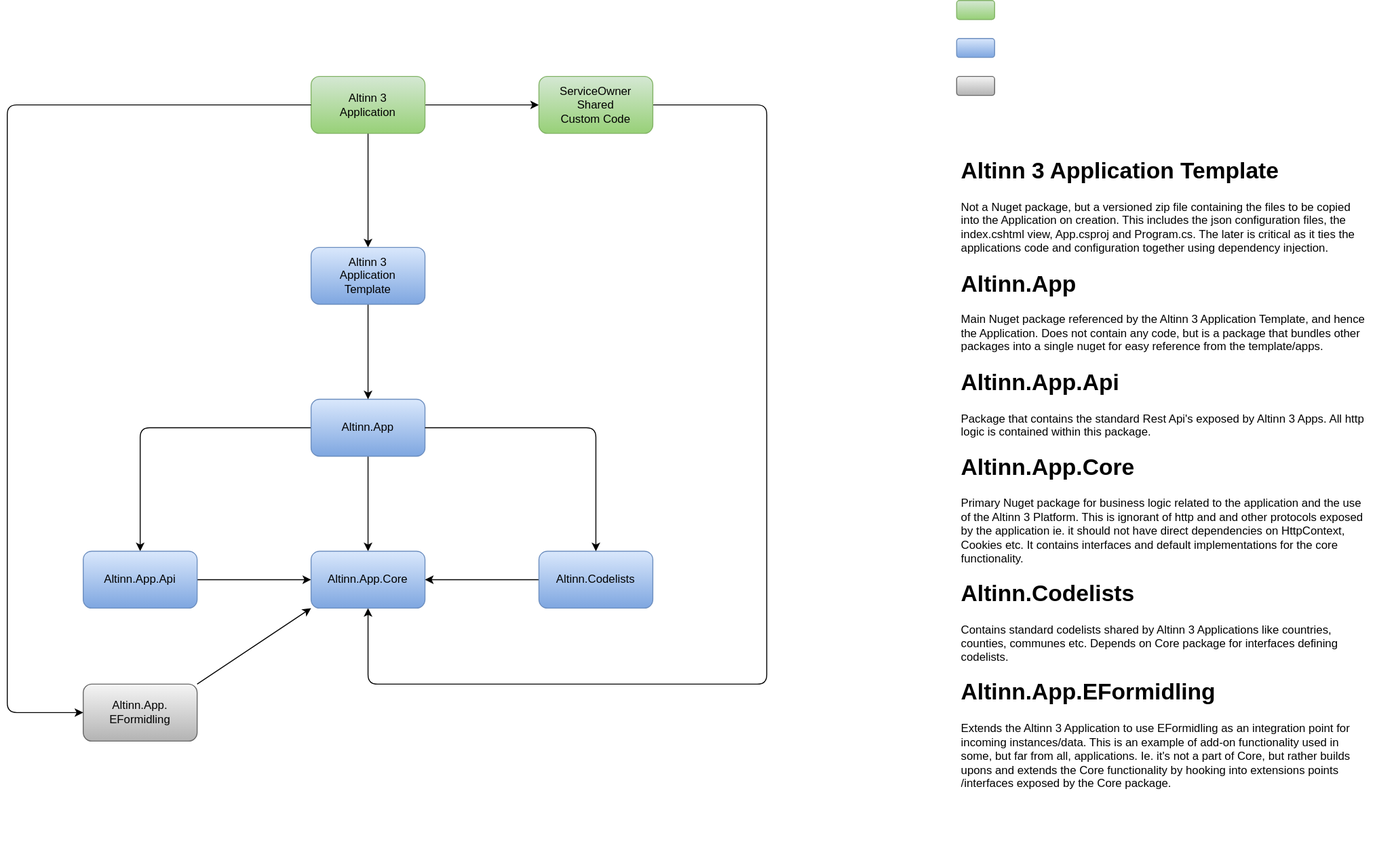
Earlier version of the draw.io export packages.drawio.svg (Altinn/app-lib-dotnet). Source tidied: cells renumbered, new cells last; positions are measured from the earlier drawing's top-left corner, leaving out a move shared by most shapes. The source it was exported from:
```xml
<mxGraphModel>
  <root>
    <mxCell id="0" />
    <mxCell id="1" parent="0" />
    <mxCell id="2" style="edgeStyle=none;html=1;exitX=0.5;exitY=1;exitDx=0;exitDy=0;" parent="1" edge="1" source="4" target="5">
      <mxGeometry relative="1" as="geometry" />
    </mxCell>
    <mxCell id="3" style="edgeStyle=none;html=1;exitX=0;exitY=0.5;exitDx=0;exitDy=0;entryX=0.5;entryY=0;entryDx=0;entryDy=0;" parent="1" edge="1" source="4" target="7">
      <mxGeometry relative="1" as="geometry">
        <Array as="points">
          <mxPoint x="140" y="450" />
        </Array>
      </mxGeometry>
    </mxCell>
    <mxCell id="4" value="Altinn.App" style="rounded=1;whiteSpace=wrap;html=1;fillColor=#dae8fc;gradientColor=#7ea6e0;strokeColor=#6c8ebf;fontColor=#000000;" parent="1" vertex="1">
      <mxGeometry x="320" y="420" width="120" height="60" as="geometry" />
    </mxCell>
    <mxCell id="5" value="Altinn.App.Core" style="rounded=1;whiteSpace=wrap;html=1;fillColor=#dae8fc;gradientColor=#7ea6e0;strokeColor=#6c8ebf;fontColor=#000000;" parent="1" vertex="1">
      <mxGeometry x="320" y="580" width="120" height="60" as="geometry" />
    </mxCell>
    <mxCell id="6" style="edgeStyle=none;html=1;exitX=1;exitY=0.5;exitDx=0;exitDy=0;" parent="1" edge="1" source="7" target="5">
      <mxGeometry relative="1" as="geometry" />
    </mxCell>
    <mxCell id="7" value="Altinn.App.Api" style="rounded=1;whiteSpace=wrap;html=1;fillColor=#dae8fc;gradientColor=#7ea6e0;strokeColor=#6c8ebf;fontColor=#000000;" parent="1" vertex="1">
      <mxGeometry x="80" y="580" width="120" height="60" as="geometry" />
    </mxCell>
    <mxCell id="8" style="edgeStyle=none;html=1;exitX=0;exitY=0.5;exitDx=0;exitDy=0;" parent="1" edge="1" source="9" target="5">
      <mxGeometry relative="1" as="geometry" />
    </mxCell>
    <mxCell id="9" value="Altinn.Codelists" style="rounded=1;whiteSpace=wrap;html=1;fillColor=#dae8fc;gradientColor=#7ea6e0;strokeColor=#6c8ebf;fontColor=#000000;" parent="1" vertex="1">
      <mxGeometry x="560" y="580" width="120" height="60" as="geometry" />
    </mxCell>
    <mxCell id="10" style="edgeStyle=none;html=1;exitX=0.5;exitY=1;exitDx=0;exitDy=0;" parent="1" edge="1" source="11" target="4">
      <mxGeometry relative="1" as="geometry" />
    </mxCell>
    <mxCell id="11" value="Altinn 3&lt;br&gt;Application &lt;br&gt;Template" style="rounded=1;whiteSpace=wrap;html=1;fillColor=#dae8fc;gradientColor=#7ea6e0;strokeColor=#6c8ebf;fontColor=#000000;" parent="1" vertex="1">
      <mxGeometry x="320" y="260" width="120" height="60" as="geometry" />
    </mxCell>
    <mxCell id="12" style="endArrow=classic;html=1;exitX=1;exitY=0.5;exitDx=0;exitDy=0;entryX=0.5;entryY=0;entryDx=0;entryDy=0;" parent="1" edge="1" source="4" target="9">
      <mxGeometry relative="1" as="geometry">
        <Array as="points">
          <mxPoint x="620" y="450" />
        </Array>
      </mxGeometry>
    </mxCell>
    <mxCell id="13" value="&lt;h1&gt;Altinn 3 Application Template&lt;/h1&gt;&lt;div&gt;Not a Nuget package, but a versioned zip file containing the files to be copied into the Application on creation. This includes the json configuration files, the index.cshtml view, App.csproj and Program.cs. The later is critical as it ties the applications code and configuration together using dependency injection.&lt;/div&gt;&lt;h1&gt;Altinn.App&lt;/h1&gt;&lt;p&gt;Main Nuget package referenced by the Altinn 3 Application Template, and hence the Application. Does not contain any code, but is a package that bundles other packages into a single nuget for easy reference from the template/apps.&lt;/p&gt;&lt;h1&gt;Altinn.App.Api&lt;/h1&gt;&lt;p&gt;Package that contains the standard Rest Api's exposed by Altinn 3 Apps. All http logic is contained within this package.&lt;/p&gt;&lt;h1&gt;Altinn.App.Core&lt;/h1&gt;&lt;p&gt;Primary Nuget package for business logic related to the application and the use of the Altinn 3 Platform. This is ignorant of http and and other protocols exposed by the application ie. it should not have direct dependencies on HttpContext, Cookies etc. It contains interfaces and default implementations for the core functionality.&lt;/p&gt;&lt;h1&gt;Altinn.Codelists&lt;/h1&gt;&lt;div&gt;Contains standard codelists shared by Altinn 3 Applications like countries, counties, communes etc. Depends on Core package for interfaces defining codelists.&lt;/div&gt;&lt;div&gt;&lt;h1&gt;Altinn.App.EFormidling&lt;/h1&gt;&lt;div&gt;Extends the Altinn 3 Application to use EFormidling as an integration point for incoming instances/data. This is an example of add-on functionality used in some, but far from all, applications. Ie. it's not a part of Core, but rather builds upons and extends the Core functionality by hooking into extensions points /interfaces exposed by the Core package.&lt;/div&gt;&lt;/div&gt;" style="text;html=1;strokeColor=none;fillColor=none;spacing=5;spacingTop=-20;whiteSpace=wrap;overflow=hidden;rounded=0;" parent="1" vertex="1">
      <mxGeometry x="1000" y="160" width="440" height="730" as="geometry" />
    </mxCell>
    <mxCell id="14" style="edgeStyle=none;html=1;exitX=0.5;exitY=1;exitDx=0;exitDy=0;" parent="1" edge="1" source="16" target="11">
      <mxGeometry relative="1" as="geometry" />
    </mxCell>
    <mxCell id="15" style="edgeStyle=none;html=1;exitX=1;exitY=0.5;exitDx=0;exitDy=0;" parent="1" edge="1" source="16" target="18">
      <mxGeometry relative="1" as="geometry" />
    </mxCell>
    <mxCell id="16" value="Altinn 3&lt;br&gt;Application&amp;nbsp;" style="rounded=1;whiteSpace=wrap;html=1;fillColor=#d5e8d4;strokeColor=#82b366;gradientColor=#97d077;fontColor=#000000;" parent="1" vertex="1">
      <mxGeometry x="320" y="80" width="120" height="60" as="geometry" />
    </mxCell>
    <mxCell id="17" style="edgeStyle=none;html=1;exitX=1;exitY=0.5;exitDx=0;exitDy=0;entryX=0.5;entryY=1;entryDx=0;entryDy=0;" parent="1" edge="1" source="18" target="5">
      <mxGeometry relative="1" as="geometry">
        <Array as="points">
          <mxPoint x="800" y="110" />
          <mxPoint x="800" y="720" />
          <mxPoint x="380" y="720" />
        </Array>
      </mxGeometry>
    </mxCell>
    <mxCell id="18" value="ServiceOwner&lt;br&gt;Shared &lt;br&gt;Custom Code" style="rounded=1;whiteSpace=wrap;html=1;fillColor=#d5e8d4;strokeColor=#82b366;gradientColor=#97d077;fontColor=#000000;" parent="1" vertex="1">
      <mxGeometry x="560" y="80" width="120" height="60" as="geometry" />
    </mxCell>
    <mxCell id="19" style="edgeStyle=none;html=1;exitX=1;exitY=0;exitDx=0;exitDy=0;entryX=0;entryY=1;entryDx=0;entryDy=0;" parent="1" edge="1" source="20" target="5">
      <mxGeometry relative="1" as="geometry" />
    </mxCell>
    <mxCell id="20" value="Altinn.App.&lt;br&gt;EFormidling" style="rounded=1;whiteSpace=wrap;html=1;fillColor=#f5f5f5;gradientColor=#b3b3b3;strokeColor=#666666;fontColor=#000000;" parent="1" vertex="1">
      <mxGeometry x="80" y="720" width="120" height="60" as="geometry" />
    </mxCell>
    <mxCell id="21" style="edgeStyle=none;html=1;exitX=0;exitY=0.5;exitDx=0;exitDy=0;entryX=0;entryY=0.5;entryDx=0;entryDy=0;" parent="1" edge="1" source="16" target="20">
      <mxGeometry relative="1" as="geometry">
        <Array as="points">
          <mxPoint y="110" />
          <mxPoint y="750" />
        </Array>
      </mxGeometry>
    </mxCell>
    <mxCell id="22" style="rounded=1;whiteSpace=wrap;html=1;fillColor=#d5e8d4;strokeColor=#82b366;gradientColor=#97d077;fontColor=#000000;" parent="1" vertex="1">
      <mxGeometry x="1000" width="40" height="20" as="geometry" />
    </mxCell>
    <mxCell id="23" value="Service Owner Responsibility" style="text;html=1;strokeColor=none;fillColor=none;align=left;verticalAlign=middle;whiteSpace=wrap;rounded=0;fontColor=#FFFFFF;" parent="1" vertex="1">
      <mxGeometry x="1050" width="310" height="20" as="geometry" />
    </mxCell>
    <mxCell id="24" style="rounded=1;whiteSpace=wrap;html=1;fillColor=#dae8fc;strokeColor=#6c8ebf;gradientColor=#7ea6e0;" parent="1" vertex="1">
      <mxGeometry x="1000" y="40" width="40" height="20" as="geometry" />
    </mxCell>
    <mxCell id="25" value="Altinn 3 Core Functionality" style="text;html=1;strokeColor=none;fillColor=none;align=left;verticalAlign=middle;whiteSpace=wrap;rounded=0;fontColor=#FFFFFF;" parent="1" vertex="1">
      <mxGeometry x="1050" y="40" width="310" height="20" as="geometry" />
    </mxCell>
    <mxCell id="26" style="rounded=1;whiteSpace=wrap;html=1;fillColor=#f5f5f5;strokeColor=#666666;gradientColor=#b3b3b3;" parent="1" vertex="1">
      <mxGeometry x="1000" y="80" width="40" height="20" as="geometry" />
    </mxCell>
    <mxCell id="27" value="Altinn 3 Add-On Functionality" style="text;html=1;strokeColor=none;fillColor=none;align=left;verticalAlign=middle;whiteSpace=wrap;rounded=0;fontColor=#FFFFFF;" parent="1" vertex="1">
      <mxGeometry x="1050" y="80" width="310" height="20" as="geometry" />
    </mxCell>
  </root>
</mxGraphModel>
```
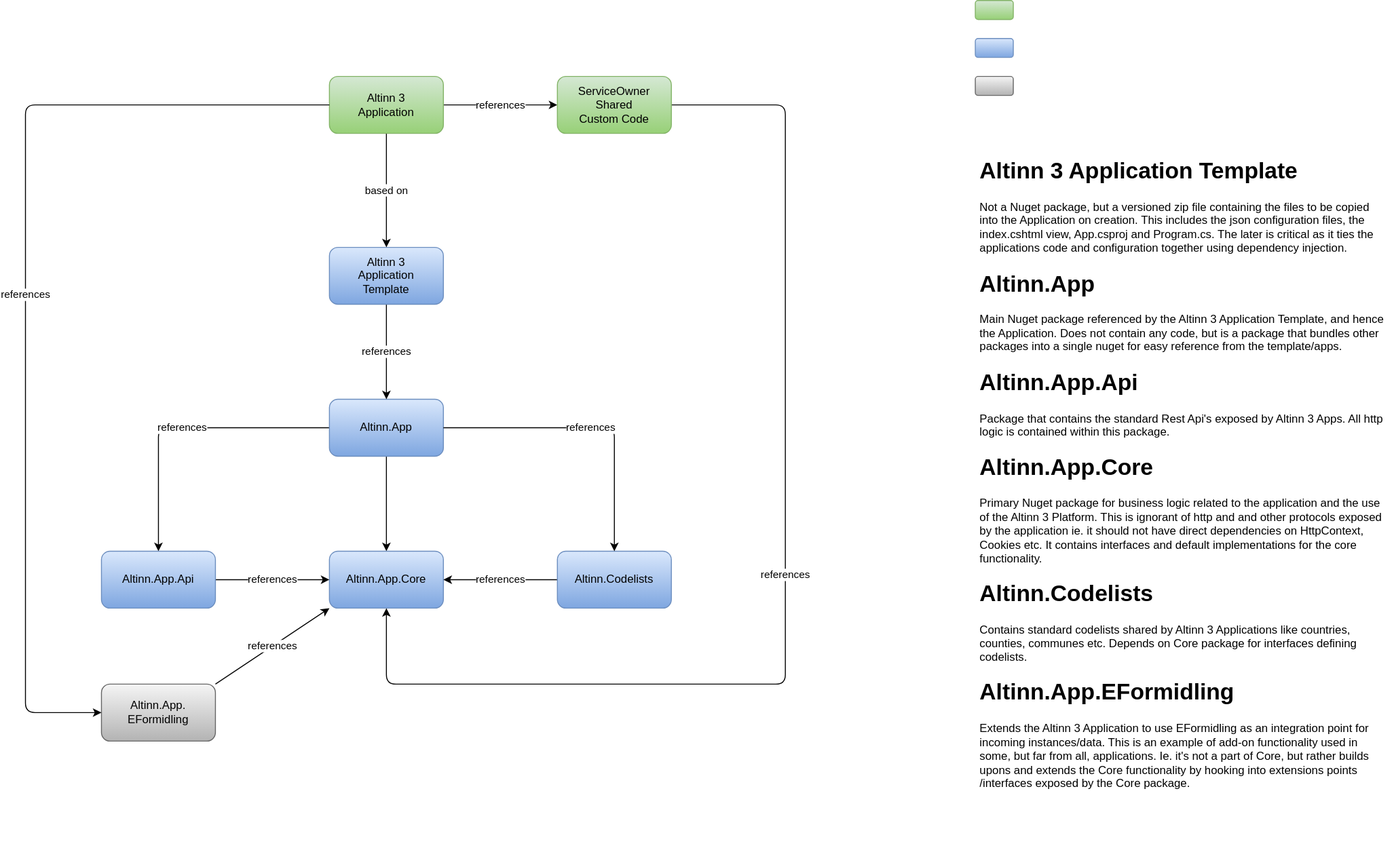
Above is the later version.

Commit message:
doc: minor update to package diagram

Diff of the diagram source:
```diff
@@ -5,7 +5,7 @@
     <mxCell id="2" style="edgeStyle=none;html=1;exitX=0.5;exitY=1;exitDx=0;exitDy=0;" parent="1" edge="1" source="4" target="5">
       <mxGeometry relative="1" as="geometry" />
     </mxCell>
-    <mxCell id="3" style="edgeStyle=none;html=1;exitX=0;exitY=0.5;exitDx=0;exitDy=0;entryX=0.5;entryY=0;entryDx=0;entryDy=0;" parent="1" edge="1" source="4" target="7">
+    <mxCell id="3" value="references" style="edgeStyle=none;html=1;exitX=0;exitY=0.5;exitDx=0;exitDy=0;entryX=0.5;entryY=0;entryDx=0;entryDy=0;" parent="1" edge="1" source="4" target="7">
       <mxGeometry relative="1" as="geometry">
         <Array as="points">
           <mxPoint x="140" y="450" />
@@ -18,25 +18,25 @@
     <mxCell id="5" value="Altinn.App.Core" style="rounded=1;whiteSpace=wrap;html=1;fillColor=#dae8fc;gradientColor=#7ea6e0;strokeColor=#6c8ebf;fontColor=#000000;" parent="1" vertex="1">
       <mxGeometry x="320" y="580" width="120" height="60" as="geometry" />
     </mxCell>
-    <mxCell id="6" style="edgeStyle=none;html=1;exitX=1;exitY=0.5;exitDx=0;exitDy=0;" parent="1" edge="1" source="7" target="5">
+    <mxCell id="6" value="references" style="edgeStyle=none;html=1;exitX=1;exitY=0.5;exitDx=0;exitDy=0;" parent="1" edge="1" source="7" target="5">
       <mxGeometry relative="1" as="geometry" />
     </mxCell>
     <mxCell id="7" value="Altinn.App.Api" style="rounded=1;whiteSpace=wrap;html=1;fillColor=#dae8fc;gradientColor=#7ea6e0;strokeColor=#6c8ebf;fontColor=#000000;" parent="1" vertex="1">
       <mxGeometry x="80" y="580" width="120" height="60" as="geometry" />
     </mxCell>
-    <mxCell id="8" style="edgeStyle=none;html=1;exitX=0;exitY=0.5;exitDx=0;exitDy=0;" parent="1" edge="1" source="9" target="5">
+    <mxCell id="8" value="references" style="edgeStyle=none;html=1;exitX=0;exitY=0.5;exitDx=0;exitDy=0;" parent="1" edge="1" source="9" target="5">
       <mxGeometry relative="1" as="geometry" />
     </mxCell>
     <mxCell id="9" value="Altinn.Codelists" style="rounded=1;whiteSpace=wrap;html=1;fillColor=#dae8fc;gradientColor=#7ea6e0;strokeColor=#6c8ebf;fontColor=#000000;" parent="1" vertex="1">
       <mxGeometry x="560" y="580" width="120" height="60" as="geometry" />
     </mxCell>
-    <mxCell id="10" style="edgeStyle=none;html=1;exitX=0.5;exitY=1;exitDx=0;exitDy=0;" parent="1" edge="1" source="11" target="4">
+    <mxCell id="10" value="references" style="edgeStyle=none;html=1;exitX=0.5;exitY=1;exitDx=0;exitDy=0;" parent="1" edge="1" source="11" target="4">
       <mxGeometry relative="1" as="geometry" />
     </mxCell>
     <mxCell id="11" value="Altinn 3&lt;br&gt;Application &lt;br&gt;Template" style="rounded=1;whiteSpace=wrap;html=1;fillColor=#dae8fc;gradientColor=#7ea6e0;strokeColor=#6c8ebf;fontColor=#000000;" parent="1" vertex="1">
       <mxGeometry x="320" y="260" width="120" height="60" as="geometry" />
     </mxCell>
-    <mxCell id="12" style="endArrow=classic;html=1;exitX=1;exitY=0.5;exitDx=0;exitDy=0;entryX=0.5;entryY=0;entryDx=0;entryDy=0;" parent="1" edge="1" source="4" target="9">
+    <mxCell id="12" value="references" style="endArrow=classic;html=1;exitX=1;exitY=0.5;exitDx=0;exitDy=0;entryX=0.5;entryY=0;entryDx=0;entryDy=0;" parent="1" edge="1" source="4" target="9">
       <mxGeometry relative="1" as="geometry">
         <Array as="points">
           <mxPoint x="620" y="450" />
@@ -46,16 +46,16 @@
     <mxCell id="13" value="&lt;h1&gt;Altinn 3 Application Template&lt;/h1&gt;&lt;div&gt;Not a Nuget package, but a versioned zip file containing the files to be copied into the Application on creation. This includes the json configuration files, the index.cshtml view, App.csproj and Program.cs. The later is critical as it ties the applications code and configuration together using dependency injection.&lt;/div&gt;&lt;h1&gt;Altinn.App&lt;/h1&gt;&lt;p&gt;Main Nuget package referenced by the Altinn 3 Application Template, and hence the Application. Does not contain any code, but is a package that bundles other packages into a single nuget for easy reference from the template/apps.&lt;/p&gt;&lt;h1&gt;Altinn.App.Api&lt;/h1&gt;&lt;p&gt;Package that contains the standard Rest Api's exposed by Altinn 3 Apps. All http logic is contained within this package.&lt;/p&gt;&lt;h1&gt;Altinn.App.Core&lt;/h1&gt;&lt;p&gt;Primary Nuget package for business logic related to the application and the use of the Altinn 3 Platform. This is ignorant of http and and other protocols exposed by the application ie. it should not have direct dependencies on HttpContext, Cookies etc. It contains interfaces and default implementations for the core functionality.&lt;/p&gt;&lt;h1&gt;Altinn.Codelists&lt;/h1&gt;&lt;div&gt;Contains standard codelists shared by Altinn 3 Applications like countries, counties, communes etc. Depends on Core package for interfaces defining codelists.&lt;/div&gt;&lt;div&gt;&lt;h1&gt;Altinn.App.EFormidling&lt;/h1&gt;&lt;div&gt;Extends the Altinn 3 Application to use EFormidling as an integration point for incoming instances/data. This is an example of add-on functionality used in some, but far from all, applications. Ie. it's not a part of Core, but rather builds upons and extends the Core functionality by hooking into extensions points /interfaces exposed by the Core package.&lt;/div&gt;&lt;/div&gt;" style="text;html=1;strokeColor=none;fillColor=none;spacing=5;spacingTop=-20;whiteSpace=wrap;overflow=hidden;rounded=0;" parent="1" vertex="1">
       <mxGeometry x="1000" y="160" width="440" height="730" as="geometry" />
     </mxCell>
-    <mxCell id="14" style="edgeStyle=none;html=1;exitX=0.5;exitY=1;exitDx=0;exitDy=0;" parent="1" edge="1" source="16" target="11">
+    <mxCell id="14" value="based on" style="edgeStyle=none;html=1;exitX=0.5;exitY=1;exitDx=0;exitDy=0;" parent="1" edge="1" source="16" target="11">
       <mxGeometry relative="1" as="geometry" />
     </mxCell>
-    <mxCell id="15" style="edgeStyle=none;html=1;exitX=1;exitY=0.5;exitDx=0;exitDy=0;" parent="1" edge="1" source="16" target="18">
+    <mxCell id="15" value="references" style="edgeStyle=none;html=1;exitX=1;exitY=0.5;exitDx=0;exitDy=0;" parent="1" edge="1" source="16" target="18">
       <mxGeometry relative="1" as="geometry" />
     </mxCell>
     <mxCell id="16" value="Altinn 3&lt;br&gt;Application&amp;nbsp;" style="rounded=1;whiteSpace=wrap;html=1;fillColor=#d5e8d4;strokeColor=#82b366;gradientColor=#97d077;fontColor=#000000;" parent="1" vertex="1">
       <mxGeometry x="320" y="80" width="120" height="60" as="geometry" />
     </mxCell>
-    <mxCell id="17" style="edgeStyle=none;html=1;exitX=1;exitY=0.5;exitDx=0;exitDy=0;entryX=0.5;entryY=1;entryDx=0;entryDy=0;" parent="1" edge="1" source="18" target="5">
+    <mxCell id="17" value="references" style="edgeStyle=none;html=1;exitX=1;exitY=0.5;exitDx=0;exitDy=0;entryX=0.5;entryY=1;entryDx=0;entryDy=0;" parent="1" edge="1" source="18" target="5">
       <mxGeometry relative="1" as="geometry">
         <Array as="points">
           <mxPoint x="800" y="110" />
@@ -67,13 +67,13 @@
     <mxCell id="18" value="ServiceOwner&lt;br&gt;Shared &lt;br&gt;Custom Code" style="rounded=1;whiteSpace=wrap;html=1;fillColor=#d5e8d4;strokeColor=#82b366;gradientColor=#97d077;fontColor=#000000;" parent="1" vertex="1">
       <mxGeometry x="560" y="80" width="120" height="60" as="geometry" />
     </mxCell>
-    <mxCell id="19" style="edgeStyle=none;html=1;exitX=1;exitY=0;exitDx=0;exitDy=0;entryX=0;entryY=1;entryDx=0;entryDy=0;" parent="1" edge="1" source="20" target="5">
+    <mxCell id="19" value="references" style="edgeStyle=none;html=1;exitX=1;exitY=0;exitDx=0;exitDy=0;entryX=0;entryY=1;entryDx=0;entryDy=0;" parent="1" edge="1" source="20" target="5">
       <mxGeometry relative="1" as="geometry" />
     </mxCell>
     <mxCell id="20" value="Altinn.App.&lt;br&gt;EFormidling" style="rounded=1;whiteSpace=wrap;html=1;fillColor=#f5f5f5;gradientColor=#b3b3b3;strokeColor=#666666;fontColor=#000000;" parent="1" vertex="1">
       <mxGeometry x="80" y="720" width="120" height="60" as="geometry" />
     </mxCell>
-    <mxCell id="21" style="edgeStyle=none;html=1;exitX=0;exitY=0.5;exitDx=0;exitDy=0;entryX=0;entryY=0.5;entryDx=0;entryDy=0;" parent="1" edge="1" source="16" target="20">
+    <mxCell id="21" value="references" style="edgeStyle=none;html=1;exitX=0;exitY=0.5;exitDx=0;exitDy=0;entryX=0;entryY=0.5;entryDx=0;entryDy=0;" parent="1" edge="1" source="16" target="20">
       <mxGeometry relative="1" as="geometry">
         <Array as="points">
           <mxPoint y="110" />
@@ -90,7 +90,7 @@
     <mxCell id="24" style="rounded=1;whiteSpace=wrap;html=1;fillColor=#dae8fc;strokeColor=#6c8ebf;gradientColor=#7ea6e0;" parent="1" vertex="1">
       <mxGeometry x="1000" y="40" width="40" height="20" as="geometry" />
     </mxCell>
-    <mxCell id="25" value="Altinn 3 Core Functionality" style="text;html=1;strokeColor=none;fillColor=none;align=left;verticalAlign=middle;whiteSpace=wrap;rounded=0;fontColor=#FFFFFF;" parent="1" vertex="1">
+    <mxCell id="25" value="Altinn 3 Core App Functionality" style="text;html=1;strokeColor=none;fillColor=none;align=left;verticalAlign=middle;whiteSpace=wrap;rounded=0;fontColor=#FFFFFF;" parent="1" vertex="1">
       <mxGeometry x="1050" y="40" width="310" height="20" as="geometry" />
     </mxCell>
     <mxCell id="26" style="rounded=1;whiteSpace=wrap;html=1;fillColor=#f5f5f5;strokeColor=#666666;gradientColor=#b3b3b3;" parent="1" vertex="1">
```
